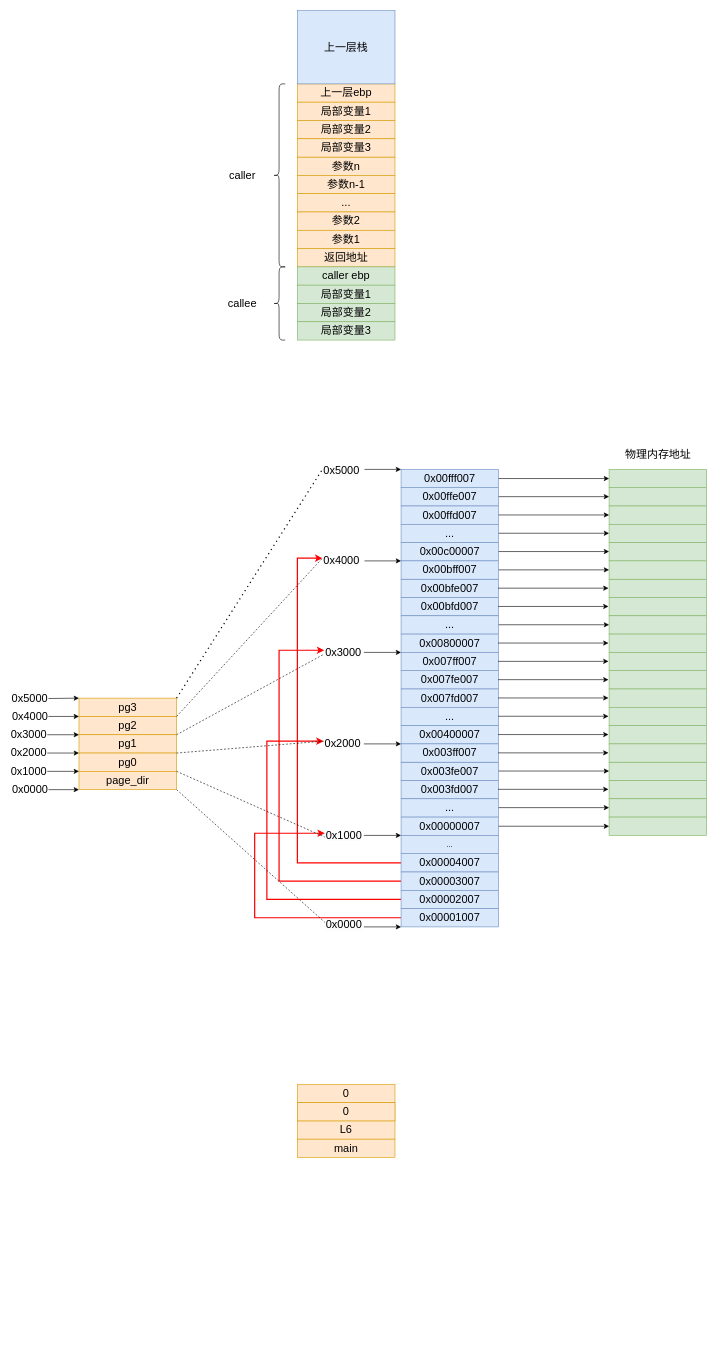
This is blog/Linux/kernel/Linux-0.11/Linux-0.11-boot/head.drawio from zgjsxx/static-img-repo, a draw.io file, before an edit. Source tidied: cells renumbered, new cells numbered last; positions are measured from the earlier drawing's top-left corner, leaving out a move shared by most shapes. Both pictures are drawn from the tidied source at 61%, with x=0, y=0 at pixel (10, 10).
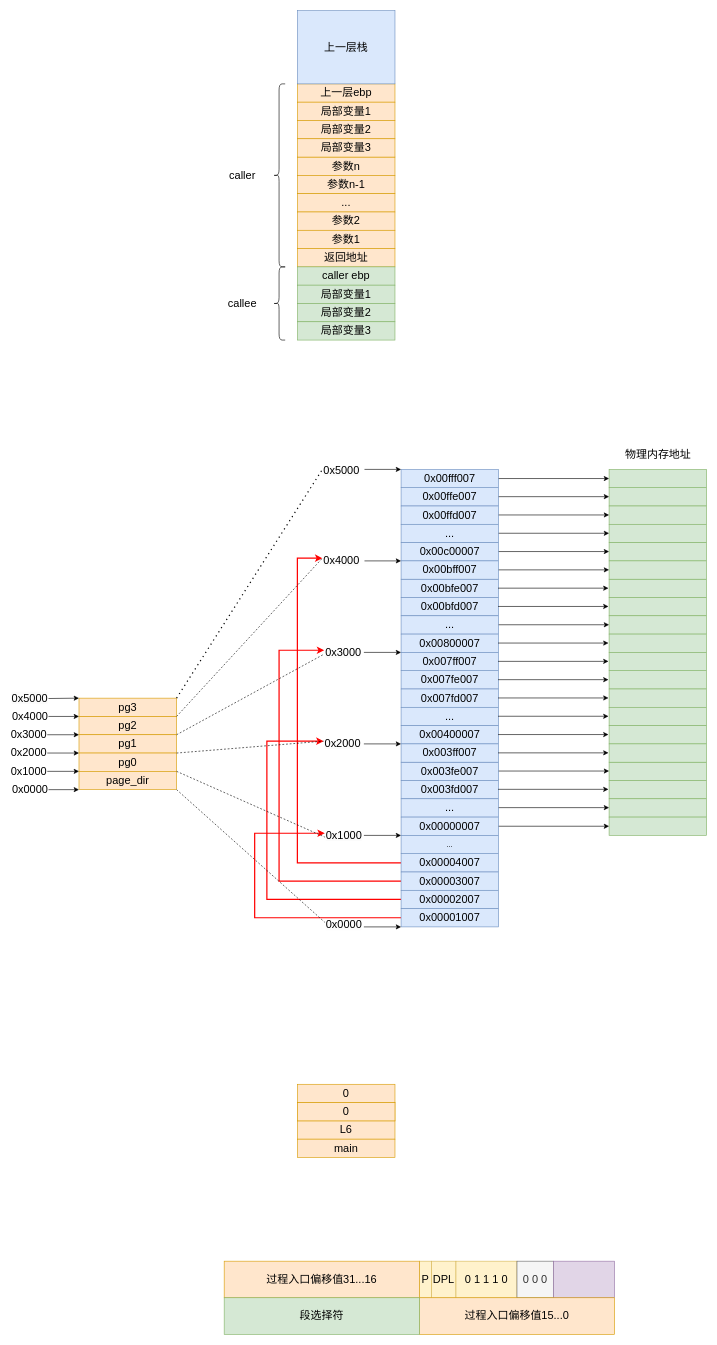
After the change.

The edit, as a diff of the source:
```diff
@@
+    <mxCell id="131" value="&lt;font style=&quot;font-size: 18px&quot;&gt;P&lt;/font&gt;" style="rounded=0;whiteSpace=wrap;html=1;fillColor=#fff2cc;strokeColor=#d6b656;" parent="1" vertex="1">
+      <mxGeometry x="670" y="2050" width="20" height="60" as="geometry" />
+    </mxCell>
+    <mxCell id="132" value="&lt;font style=&quot;font-size: 18px&quot;&gt;DPL&lt;/font&gt;" style="rounded=0;whiteSpace=wrap;html=1;fillColor=#fff2cc;strokeColor=#d6b656;" parent="1" vertex="1">
+      <mxGeometry x="690" y="2050" width="40" height="60" as="geometry" />
+    </mxCell>
+    <mxCell id="133" value="&lt;font style=&quot;font-size: 18px&quot;&gt;0 1 1 1 0&lt;/font&gt;" style="rounded=0;whiteSpace=wrap;html=1;fillColor=#fff2cc;strokeColor=#d6b656;" parent="1" vertex="1">
+      <mxGeometry x="730" y="2050" width="100" height="60" as="geometry" />
+    </mxCell>
+    <mxCell id="134" value="0 0 0" style="rounded=0;whiteSpace=wrap;html=1;fontSize=18;fillColor=#f5f5f5;fontColor=#333333;strokeColor=#666666;" parent="1" vertex="1">
+      <mxGeometry x="830" y="2050" width="60" height="60" as="geometry" />
+    </mxCell>
+    <mxCell id="135" style="rounded=0;whiteSpace=wrap;html=1;fillColor=#e1d5e7;strokeColor=#9673a6;" parent="1" vertex="1">
+      <mxGeometry x="890" y="2050" width="100" height="60" as="geometry" />
+    </mxCell>
+    <mxCell id="136" value="&lt;span&gt;过程入口偏移值15...0&lt;/span&gt;" style="rounded=0;whiteSpace=wrap;html=1;fontSize=18;fillColor=#ffe6cc;strokeColor=#d79b00;" parent="1" vertex="1">
+      <mxGeometry x="670" y="2110" width="320" height="60" as="geometry" />
+    </mxCell>
+    <mxCell id="137" value="过程入口偏移值31...16" style="rounded=0;whiteSpace=wrap;html=1;fontSize=18;fillColor=#ffe6cc;strokeColor=#d79b00;" parent="1" vertex="1">
+      <mxGeometry x="350" y="2050" width="320" height="60" as="geometry" />
+    </mxCell>
+    <mxCell id="138" value="段选择符" style="rounded=0;whiteSpace=wrap;html=1;fontSize=18;fillColor=#d5e8d4;strokeColor=#82b366;" parent="1" vertex="1">
+      <mxGeometry x="350" y="2110" width="320" height="60" as="geometry" />
+    </mxCell>
```
